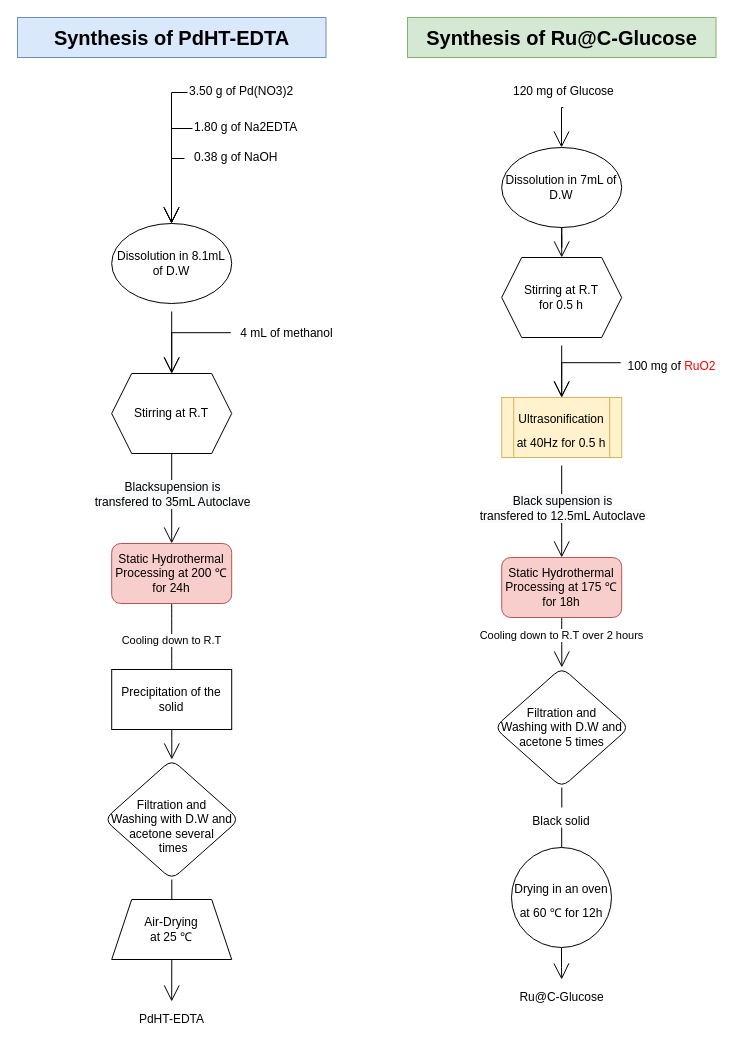
The draw.io diagram page "Pd0/Pd-carbide/carbon" (3 of 4) of Untitled Diagram.drawio in marcelo1356/Training, before the edit. Source tidied: cells renumbered, new cells numbered last; positions are measured from the earlier drawing's top-left corner, leaving out a move shared by most shapes. Both pictures are drawn from the tidied source at 100%, with x=0, y=0 at pixel (17, 17).
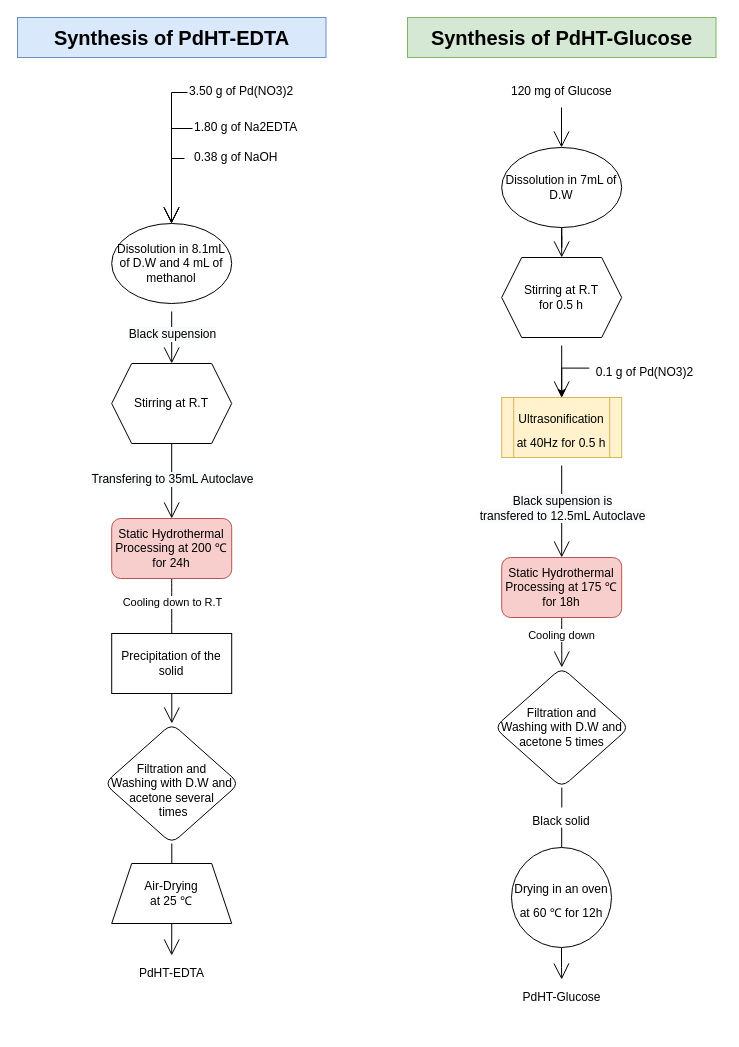
After the change.

The change refers to these unchanged cells:
```xml
<mxCell id="8" style="edgeStyle=orthogonalEdgeStyle;rounded=0;jettySize=auto;html=1;entryX=0.5;entryY=0;entryDx=0;entryDy=0;fontSize=20;endArrow=open;startSize=14;endSize=14;sourcePerimeterSpacing=8;targetPerimeterSpacing=8;" parent="1" edge="1" source="9" target="12">
  <mxGeometry relative="1" as="geometry" />
</mxCell>
<mxCell id="10" style="edgeStyle=orthogonalEdgeStyle;rounded=0;jettySize=auto;html=1;exitX=0.5;exitY=1;exitDx=0;exitDy=0;endArrow=open;startSize=14;endSize=14;sourcePerimeterSpacing=8;targetPerimeterSpacing=8;entryX=0.5;entryY=0;entryDx=0;entryDy=0;" parent="1" edge="1" source="12" target="17">
  <mxGeometry relative="1" as="geometry" />
</mxCell>
<mxCell id="15" style="edgeStyle=none;curved=1;rounded=0;jettySize=auto;html=1;endArrow=open;startSize=14;endSize=14;sourcePerimeterSpacing=8;targetPerimeterSpacing=8;exitX=0.5;exitY=1;exitDx=0;exitDy=0;entryX=0.5;entryY=0;entryDx=0;entryDy=0;" parent="1" edge="1" source="17" target="19">
  <mxGeometry relative="1" as="geometry" />
</mxCell>
<mxCell id="28" style="edgeStyle=none;curved=1;rounded=0;jettySize=auto;html=1;endArrow=open;startSize=14;endSize=14;sourcePerimeterSpacing=8;targetPerimeterSpacing=8;exitX=0.5;exitY=1;exitDx=0;exitDy=0;entryX=0.5;entryY=0;entryDx=0;entryDy=0;" parent="1" edge="1" source="30" target="32">
  <mxGeometry relative="1" as="geometry" />
</mxCell>
<mxCell id="38" value="&lt;font style=&quot;font-size: 12px&quot;&gt;Ultrasonification at 40Hz for 0.5 h&lt;/font&gt;" style="shape=process;whiteSpace=wrap;html=1;backgroundOutline=1;labelBackgroundColor=none;hachureGap=4;fontSize=20;strokeWidth=1;fillColor=#fff2cc;strokeColor=#d6b656;" parent="1" vertex="1">
  <mxGeometry x="484.2" y="380" width="120" height="60" as="geometry" />
</mxCell>
<mxCell id="40" value="&lt;font style=&quot;font-size: 12px&quot;&gt;Drying in an oven at 60 ℃&amp;nbsp;for 12h&lt;/font&gt;" style="ellipse;whiteSpace=wrap;html=1;labelBackgroundColor=none;hachureGap=4;fontSize=20;strokeWidth=1;gradientColor=none;" parent="1" vertex="1">
  <mxGeometry x="494" y="830" width="100" height="100" as="geometry" />
</mxCell>
```

Change to the diagram source:
```diff
@@
+    <mxCell id="46" value="&lt;span style=&quot;font-size: 12px ; background-color: rgb(248 , 249 , 250)&quot;&gt;Black supension&lt;/span&gt;" style="edgeLabel;html=1;align=center;verticalAlign=middle;" parent="8" vertex="1">
+      <mxGeometry x="0.29" y="1" relative="1" as="geometry">
+        <mxPoint x="-1" y="-12" as="offset" />
+      </mxGeometry>
+    </mxCell>
-    <mxCell id="9" value="Dissolution in 8.1mL of D.W" style="ellipse;whiteSpace=wrap;html=1;hachureGap=4;" parent="1" vertex="1">
+    <mxCell id="9" value="Dissolution in 8.1mL of D.W and&amp;nbsp;&lt;span&gt;4 mL of methanol&lt;/span&gt;" style="ellipse;whiteSpace=wrap;html=1;hachureGap=4;" parent="1" vertex="1">
       <mxGeometry x="94.2" y="206" width="120" height="80" as="geometry" />
     </mxCell>
@@
-    <mxCell id="11" value="&lt;span style=&quot;font-size: 12px ; background-color: rgb(248 , 249 , 250)&quot;&gt;Blacksupension is &lt;br&gt;transfered to 35mL Autoclave&lt;/span&gt;" style="edgeLabel;html=1;align=center;verticalAlign=middle;" parent="10" vertex="1">
+    <mxCell id="11" value="&lt;span style=&quot;font-size: 12px ; background-color: rgb(248 , 249 , 250)&quot;&gt;Transfering to 35mL Autoclave&lt;/span&gt;" style="edgeLabel;html=1;align=center;verticalAlign=middle;" parent="10" vertex="1">
       <mxGeometry x="-0.43" y="-2" relative="1" as="geometry">
         <mxPoint x="2" y="14" as="offset" />
       </mxGeometry>
     </mxCell>
     <mxCell id="12" value="Stirring at R.T" style="shape=hexagon;perimeter=hexagonPerimeter2;whiteSpace=wrap;html=1;fixedSize=1;hachureGap=4;" parent="1" vertex="1">
-      <mxGeometry x="94.2" y="356" width="120" height="80" as="geometry" />
+      <mxGeometry x="94.2" y="346" width="120" height="80" as="geometry" />
     </mxCell>
-    <mxCell id="13" style="edgeStyle=orthogonalEdgeStyle;rounded=0;jettySize=auto;html=1;entryX=0.5;entryY=0;entryDx=0;entryDy=0;fontSize=20;endArrow=open;startSize=14;endSize=14;sourcePerimeterSpacing=8;targetPerimeterSpacing=8;exitX=-0.008;exitY=0.46;exitDx=0;exitDy=0;exitPerimeter=0;" parent="1" edge="1" source="14" target="12">
-      <mxGeometry relative="1" as="geometry" />
-    </mxCell>
-    <mxCell id="14" value="4 mL of methanol&lt;br&gt;" style="text;html=1;align=center;verticalAlign=middle;points=[];strokeColor=none;fillColor=none;" parent="1" vertex="1">
-      <mxGeometry x="214.2" y="306" width="110" height="20" as="geometry" />
-    </mxCell>
@@
     <mxCell id="16" value="Cooling down to R.T" style="edgeLabel;html=1;align=center;verticalAlign=middle;" parent="15" vertex="1">
       <mxGeometry x="-0.31" y="-1" relative="1" as="geometry">
-        <mxPoint y="-18" as="offset" />
+        <mxPoint x="1" y="-27" as="offset" />
       </mxGeometry>
     </mxCell>
     <mxCell id="17" value="Static Hydrothermal Processing at 200 ℃ for 24h" style="rounded=1;whiteSpace=wrap;html=1;hachureGap=4;fillColor=#f8cecc;strokeColor=#b85450;" parent="1" vertex="1">
-      <mxGeometry x="94.2" y="526" width="120" height="60" as="geometry" />
+      <mxGeometry x="94.2" y="501" width="120" height="60" as="geometry" />
     </mxCell>
@@
     <mxCell id="19" value="&lt;br&gt;Filtration and &lt;br&gt;Washing with D.W and acetone several&lt;br&gt;&amp;nbsp;times" style="rhombus;whiteSpace=wrap;html=1;rounded=1;hachureGap=4;" parent="1" vertex="1">
-      <mxGeometry x="86.8" y="742" width="135" height="120" as="geometry" />
+      <mxGeometry x="86.8" y="706" width="135" height="120" as="geometry" />
     </mxCell>
     <mxCell id="20" value="PdHT-EDTA" style="text;html=1;align=center;verticalAlign=middle;points=[];strokeColor=none;fillColor=none;" parent="1" vertex="1">
-      <mxGeometry x="114.2" y="992" width="80" height="20" as="geometry" />
+      <mxGeometry x="114.2" y="946" width="80" height="20" as="geometry" />
     </mxCell>
@@
+    <mxCell id="34" value="Synthesis of PdHT-Glucose" style="text;html=1;strokeColor=#82b366;fillColor=#d5e8d4;align=center;verticalAlign=middle;whiteSpace=wrap;rounded=0;hachureGap=4;labelBorderColor=none;labelBackgroundColor=none;fontStyle=1;fontSize=20;perimeterSpacing=0;strokeWidth=1;" parent="1" vertex="1">
+      <mxGeometry x="390" width="308.5" height="40" as="geometry" />
+    </mxCell>
+    <mxCell id="44" value="Precipitation of the solid" style="rounded=0;whiteSpace=wrap;html=1;hachureGap=4;" parent="1" vertex="1">
+      <mxGeometry x="94.2" y="616" width="120" height="60" as="geometry" />
+    </mxCell>
+    <mxCell id="45" value="Air-Drying &lt;br&gt;at 25 ℃" style="shape=trapezoid;perimeter=trapezoidPerimeter;whiteSpace=wrap;html=1;fixedSize=1;hachureGap=4;" parent="1" vertex="1">
+      <mxGeometry x="94.2" y="846" width="120" height="60" as="geometry" />
+    </mxCell>
@@
     <mxCell id="23" value="120 mg of Glucose" style="text;whiteSpace=wrap;html=1;" parent="1" vertex="1">
-      <mxGeometry x="494" y="60" width="103.6" height="30" as="geometry" />
+      <mxGeometry x="492.2" y="60" width="103.6" height="30" as="geometry" />
     </mxCell>
@@
-    <mxCell id="29" value="Cooling down to R.T over 2 hours" style="edgeLabel;html=1;align=center;verticalAlign=middle;" parent="28" vertex="1">
-      <mxGeometry x="-0.31" y="-1" relative="1" as="geometry" />
-    </mxCell>
+    <mxCell id="47" value="Cooling down" style="edgeLabel;html=1;align=center;verticalAlign=middle;" parent="28" vertex="1">
+      <mxGeometry x="-0.31" y="-1" relative="1" as="geometry" />
+    </mxCell>
@@
-    <mxCell id="31" style="edgeStyle=orthogonalEdgeStyle;rounded=0;jettySize=auto;html=1;fontSize=20;endArrow=open;startSize=14;endSize=14;targetPerimeterSpacing=8;exitX=0.5;exitY=1;exitDx=0;exitDy=0;startArrow=none;" parent="1" edge="1" source="40" target="33">
-      <mxGeometry relative="1" as="geometry" />
-    </mxCell>
+    <mxCell id="48" style="edgeStyle=orthogonalEdgeStyle;rounded=0;jettySize=auto;html=1;fontSize=20;endArrow=open;startSize=14;endSize=14;targetPerimeterSpacing=8;exitX=0.5;exitY=1;exitDx=0;exitDy=0;startArrow=none;" parent="1" edge="1" source="40" target="49">
+      <mxGeometry relative="1" as="geometry" />
+    </mxCell>
@@
-    <mxCell id="33" value="Ru@C-Glucose" style="text;html=1;align=center;verticalAlign=middle;points=[];strokeColor=none;fillColor=none;" parent="1" vertex="1">
-      <mxGeometry x="494.2" y="970" width="100" height="20" as="geometry" />
-    </mxCell>
-    <mxCell id="34" value="Synthesis of Ru@C-Glucose" style="text;html=1;strokeColor=#82b366;fillColor=#d5e8d4;align=center;verticalAlign=middle;whiteSpace=wrap;rounded=0;hachureGap=4;labelBorderColor=none;labelBackgroundColor=none;fontStyle=1;fontSize=20;perimeterSpacing=0;strokeWidth=1;" parent="1" vertex="1">
-      <mxGeometry x="390" width="308.5" height="40" as="geometry" />
-    </mxCell>
-    <mxCell id="35" style="edgeStyle=orthogonalEdgeStyle;rounded=0;jettySize=auto;html=1;entryX=0.5;entryY=0;entryDx=0;entryDy=0;fontSize=20;endArrow=open;startSize=14;endSize=14;sourcePerimeterSpacing=8;targetPerimeterSpacing=8;exitX=-0.01;exitY=0.507;exitDx=0;exitDy=0;exitPerimeter=0;" parent="1" edge="1" source="36" target="38">
-      <mxGeometry relative="1" as="geometry" />
-    </mxCell>
-    <mxCell id="36" value="&lt;font style=&quot;font-size: 12px&quot;&gt;100 mg of &lt;font color=&quot;#ff0000&quot;&gt;RuO2&lt;/font&gt;&lt;/font&gt;" style="text;html=1;align=center;verticalAlign=middle;points=[];strokeColor=none;fillColor=none;fontSize=20;" parent="1" vertex="1">
-      <mxGeometry x="604.2" y="330" width="100" height="30" as="geometry" />
-    </mxCell>
+    <mxCell id="49" value="PdHT-Glucose" style="text;html=1;align=center;verticalAlign=middle;points=[];strokeColor=none;fillColor=none;" parent="1" vertex="1">
+      <mxGeometry x="499.2" y="970" width="90" height="20" as="geometry" />
+    </mxCell>
+    <mxCell id="50" style="edgeStyle=orthogonalEdgeStyle;rounded=0;jettySize=auto;html=1;entryX=0.5;entryY=0;entryDx=0;entryDy=0;exitX=-0.004;exitY=0.487;exitDx=0;exitDy=0;exitPerimeter=0;" parent="1" edge="1" source="51" target="38">
+      <mxGeometry relative="1" as="geometry" />
+    </mxCell>
+    <mxCell id="51" value="&lt;span style=&quot;font-size: 12px&quot;&gt;0.1 g of Pd(NO3)2&lt;/span&gt;" style="text;html=1;align=center;verticalAlign=middle;points=[];strokeColor=none;fillColor=none;fontSize=20;" parent="1" vertex="1">
+      <mxGeometry x="572.2" y="336" width="110" height="30" as="geometry" />
+    </mxCell>
@@
-    <mxCell id="44" value="Precipitation of the solid" style="rounded=0;whiteSpace=wrap;html=1;hachureGap=4;" parent="1" vertex="1">
-      <mxGeometry x="94.2" y="652" width="120" height="60" as="geometry" />
-    </mxCell>
-    <mxCell id="45" value="Air-Drying &lt;br&gt;at 25 ℃" style="shape=trapezoid;perimeter=trapezoidPerimeter;whiteSpace=wrap;html=1;fixedSize=1;hachureGap=4;" parent="1" vertex="1">
-      <mxGeometry x="94.2" y="882" width="120" height="60" as="geometry" />
-    </mxCell>
```
